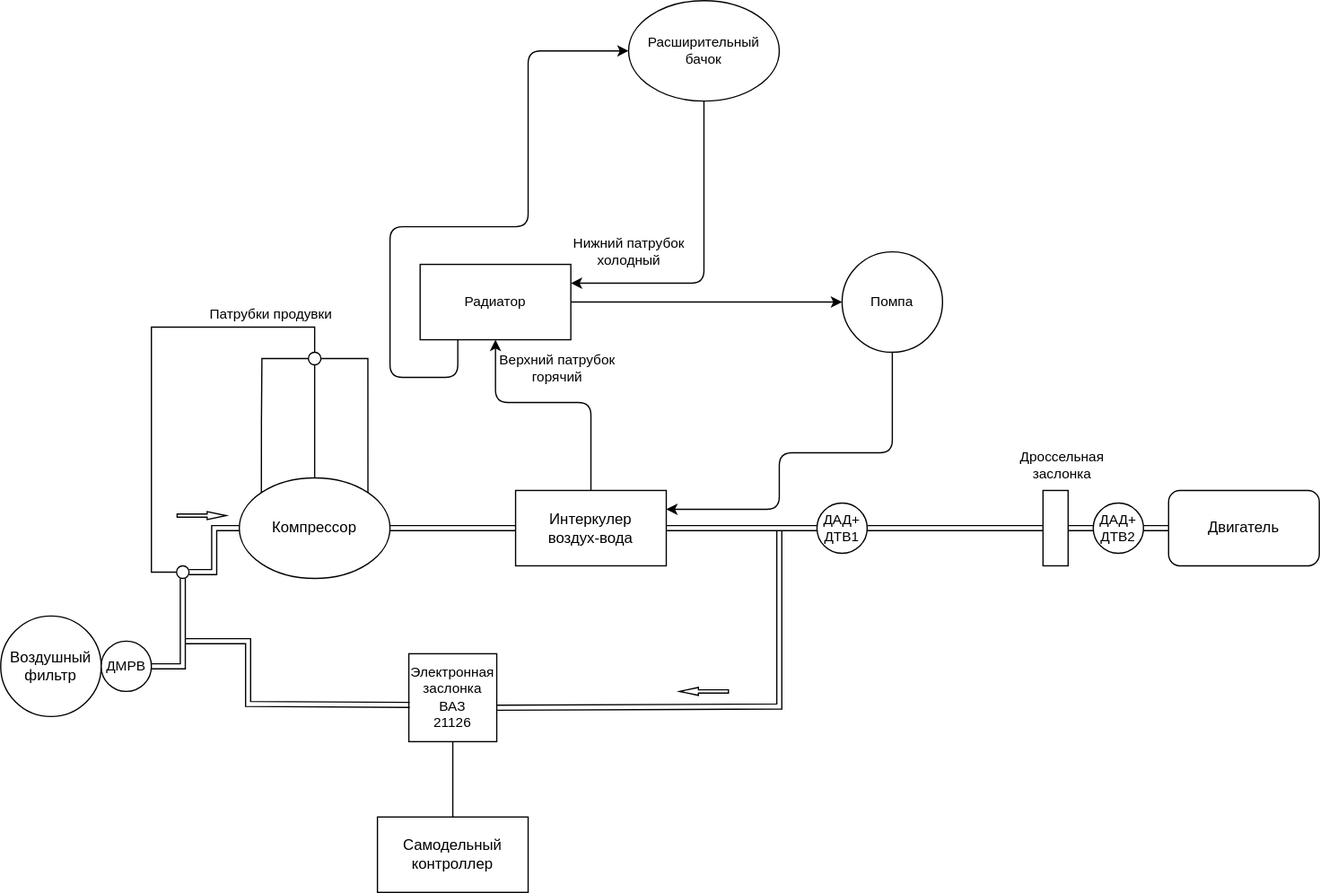
This is parts_scheme.drawio.svg from kak-tus/compressor, a draw.io export, as it was before one commit. Source tidied: cells renumbered, new cells last; positions are measured from the earlier drawing's top-left corner, leaving out a move shared by most shapes.
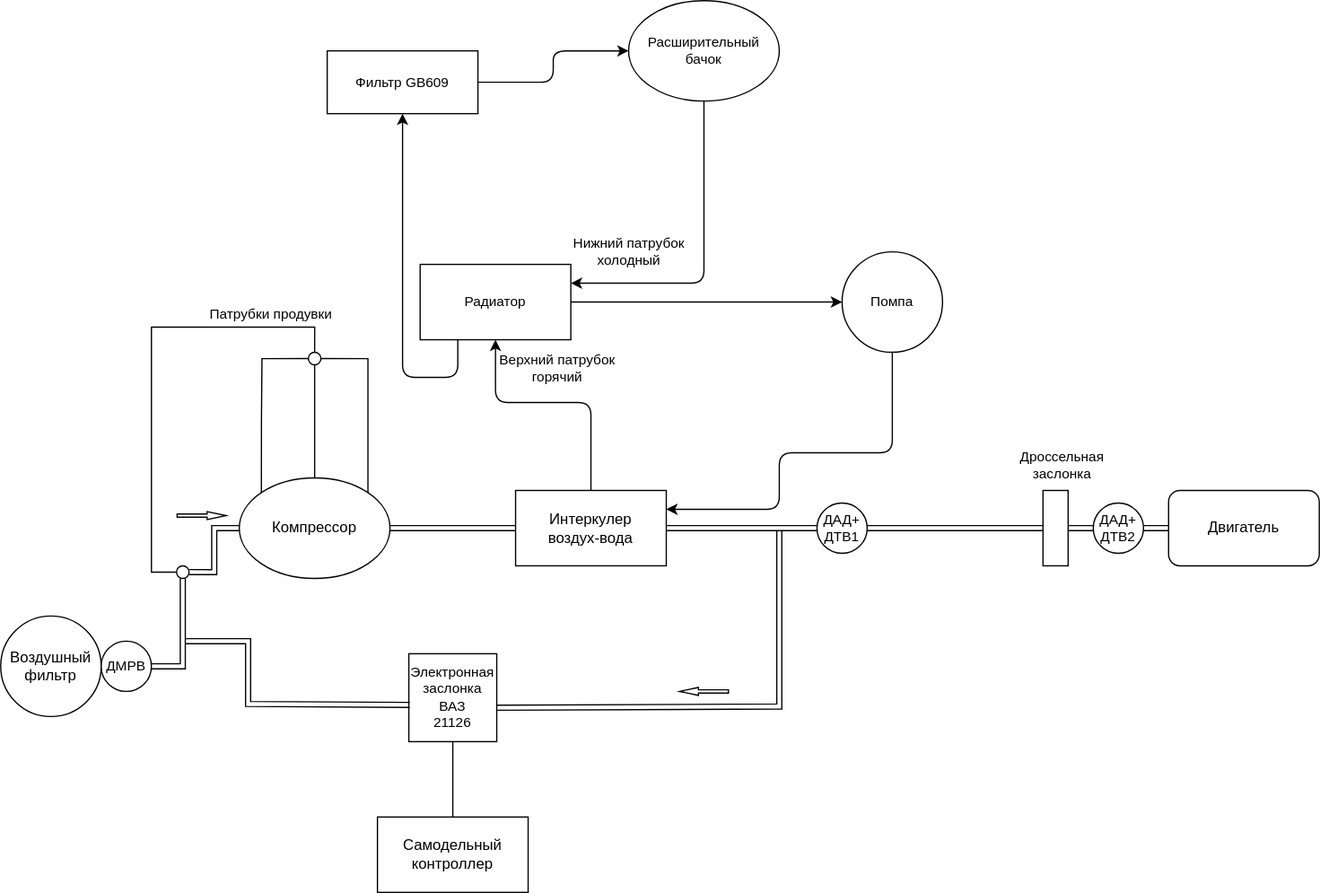
Later version of the same file.

Commit message:
Filter for cooling fluid.

Change to the diagram source:
```diff
@@ -114,14 +114,11 @@
         <mxPoint x="7" y="-38" as="offset" />
       </mxGeometry>
     </mxCell>
-    <mxCell id="29" style="edgeStyle=none;html=1;exitX=0.25;exitY=1;exitDx=0;exitDy=0;entryX=0;entryY=0.5;entryDx=0;entryDy=0;" parent="1" edge="1" source="30" target="32">
+    <mxCell id="29" style="edgeStyle=none;html=1;exitX=0.25;exitY=1;exitDx=0;exitDy=0;entryX=0.5;entryY=1;entryDx=0;entryDy=0;" parent="1" edge="1" source="30" target="43">
       <mxGeometry relative="1" as="geometry">
         <Array as="points">
           <mxPoint x="364" y="300" />
-          <mxPoint x="310" y="300" />
-          <mxPoint x="310" y="180" />
-          <mxPoint x="420" y="180" />
-          <mxPoint x="420" y="40" />
+          <mxPoint x="320" y="300" />
         </Array>
       </mxGeometry>
     </mxCell>
@@ -173,5 +170,16 @@
     <mxCell id="41" style="ellipse;whiteSpace=wrap;html=1;fontFamily=Helvetica;fontSize=11;fontColor=default;" parent="1" vertex="1">
       <mxGeometry x="140" y="450" width="10" height="10" as="geometry" />
     </mxCell>
+    <mxCell id="42" style="edgeStyle=none;html=1;exitX=1;exitY=0.5;exitDx=0;exitDy=0;entryX=0;entryY=0.5;entryDx=0;entryDy=0;fontSize=11;" parent="1" edge="1" source="43" target="32">
+      <mxGeometry relative="1" as="geometry">
+        <Array as="points">
+          <mxPoint x="440" y="65" />
+          <mxPoint x="440" y="40" />
+        </Array>
+      </mxGeometry>
+    </mxCell>
+    <mxCell id="43" value="Фильтр&amp;nbsp;&lt;span style=&quot;font-size: 11px;&quot;&gt;GB609&lt;/span&gt;" style="rounded=0;whiteSpace=wrap;html=1;fontFamily=Helvetica;fontSize=11;fontColor=default;" parent="1" vertex="1">
+      <mxGeometry x="260" y="40" width="120" height="50" as="geometry" />
+    </mxCell>
   </root>
 </mxGraphModel>
```
